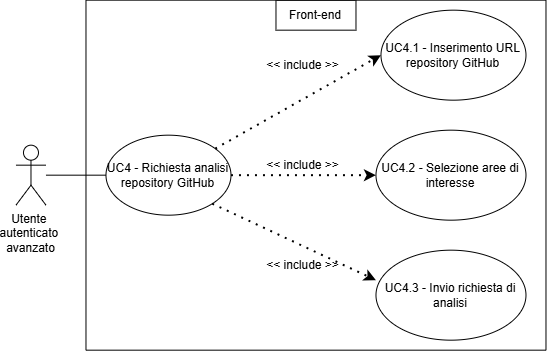
The draw.io diagram assets/diagrams/UC4.png in SkarabGroup/DocumentazioneProgetto, before a commit. Source tidied: cells renumbered, new cells last; positions are measured from the earlier drawing's top-left corner, leaving out a move shared by most shapes.
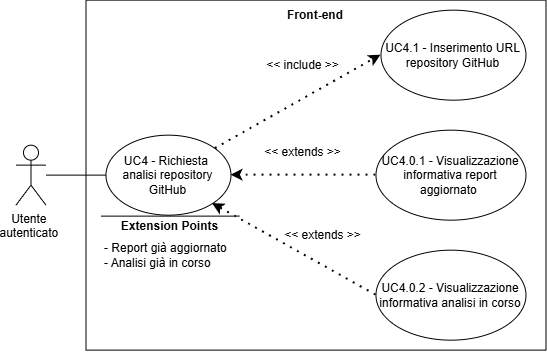
After the change.

The edit, as a diff of the source:
```diff
@@ -2,13 +2,13 @@
   <root>
     <mxCell id="0" />
     <mxCell id="1" parent="0" />
-    <mxCell id="2" value="&lt;div&gt;Utente&amp;nbsp;&lt;/div&gt;&lt;div&gt;autenticato&amp;nbsp;&lt;/div&gt;&lt;div&gt;avanzato&lt;/div&gt;" style="shape=umlActor;verticalLabelPosition=bottom;verticalAlign=top;html=1;outlineConnect=0;" parent="1" vertex="1">
+    <mxCell id="2" value="&lt;div&gt;Utente&amp;nbsp;&lt;/div&gt;&lt;div&gt;autenticato&amp;nbsp;&lt;/div&gt;" style="shape=umlActor;verticalLabelPosition=bottom;verticalAlign=top;html=1;outlineConnect=0;" parent="1" vertex="1">
       <mxGeometry x="0.5" y="144.7" width="30" height="60" as="geometry" />
     </mxCell>
     <mxCell id="3" style="swimlane;startSize=0;" parent="1" vertex="1">
       <mxGeometry x="70.5" y="-0.3" width="460" height="350" as="geometry" />
     </mxCell>
-    <mxCell id="4" value="UC4 - Richiesta analisi repository GitHub" style="ellipse;whiteSpace=wrap;html=1;" parent="3" vertex="1">
+    <mxCell id="4" value="UC4 - Richiesta&amp;nbsp; analisi repository GitHub" style="ellipse;whiteSpace=wrap;html=1;" parent="3" vertex="1">
       <mxGeometry x="20" y="135" width="125" height="80" as="geometry" />
     </mxCell>
     <mxCell id="5" value="UC4.1 - Inserimento URL repository GitHub" style="ellipse;whiteSpace=wrap;html=1;" parent="3" vertex="1">
@@ -17,30 +17,42 @@
     <mxCell id="6" style="endArrow=classic;dashed=1;html=1;dashPattern=1 3;strokeWidth=2;rounded=0;entryX=0;entryY=0.5;entryDx=0;entryDy=0;strokeColor=default;curved=0;endFill=1;endSize=6;" parent="3" edge="1" source="4" target="5">
       <mxGeometry relative="1" as="geometry" />
     </mxCell>
-    <mxCell id="7" value="&amp;lt;&amp;lt; include &amp;gt;&amp;gt;" style="text;html=1;whiteSpace=wrap;strokeColor=none;fillColor=none;align=center;verticalAlign=middle;rounded=0;" parent="3" vertex="1">
-      <mxGeometry x="170" y="150" width="95" height="30" as="geometry" />
+    <mxCell id="7" value="&amp;lt;&amp;lt; extends &amp;gt;&amp;gt;" style="text;html=1;whiteSpace=wrap;strokeColor=none;fillColor=none;align=center;verticalAlign=middle;rounded=0;" parent="3" vertex="1">
+      <mxGeometry x="170" y="137.3" width="95" height="30" as="geometry" />
     </mxCell>
-    <mxCell id="8" value="UC4.2 - Selezione aree di interesse" style="ellipse;whiteSpace=wrap;html=1;" parent="3" vertex="1">
+    <mxCell id="8" value="UC4.0.1 - Visualizzazione informativa report aggiornato&amp;nbsp;" style="ellipse;whiteSpace=wrap;html=1;" parent="3" vertex="1">
       <mxGeometry x="290" y="130" width="150" height="90" as="geometry" />
     </mxCell>
-    <mxCell id="9" style="endArrow=classic;dashed=1;html=1;dashPattern=1 3;strokeWidth=2;rounded=0;entryX=0;entryY=0.5;entryDx=0;entryDy=0;exitX=1;exitY=0.5;exitDx=0;exitDy=0;strokeColor=default;curved=0;endFill=1;endSize=6;" parent="3" edge="1" source="4" target="8">
+    <mxCell id="9" style="endArrow=classic;dashed=1;html=1;dashPattern=1 3;strokeWidth=2;rounded=0;exitX=0;exitY=0.5;exitDx=0;exitDy=0;strokeColor=default;curved=0;endFill=1;endSize=6;entryX=1;entryY=0.5;entryDx=0;entryDy=0;" parent="3" edge="1" source="8" target="4">
       <mxGeometry relative="1" as="geometry" />
     </mxCell>
-    <mxCell id="10" value="&amp;lt;&amp;lt; include &amp;gt;&amp;gt;" style="text;html=1;whiteSpace=wrap;strokeColor=none;fillColor=none;align=center;verticalAlign=middle;rounded=0;" parent="3" vertex="1">
-      <mxGeometry x="170" y="250" width="95" height="30" as="geometry" />
+    <mxCell id="10" value="&amp;lt;&amp;lt; extends &amp;gt;&amp;gt;" style="text;html=1;whiteSpace=wrap;strokeColor=none;fillColor=none;align=center;verticalAlign=middle;rounded=0;" parent="3" vertex="1">
+      <mxGeometry x="190" y="220" width="95" height="30" as="geometry" />
     </mxCell>
-    <mxCell id="11" value="UC4.3 - Invio richiesta di analisi" style="ellipse;whiteSpace=wrap;html=1;" parent="3" vertex="1">
+    <mxCell id="11" value="UC4.0.2 - Visualizzazione informativa analisi in corso" style="ellipse;whiteSpace=wrap;html=1;" parent="3" vertex="1">
       <mxGeometry x="290" y="250" width="150" height="90" as="geometry" />
     </mxCell>
-    <mxCell id="12" style="endArrow=classic;dashed=1;html=1;dashPattern=1 3;strokeWidth=2;rounded=0;entryX=0;entryY=0.333;entryDx=0;entryDy=0;exitX=1;exitY=1;exitDx=0;exitDy=0;strokeColor=default;curved=0;endFill=1;endSize=6;entryPerimeter=0;" parent="3" edge="1" source="4" target="11">
+    <mxCell id="12" style="endArrow=classic;dashed=1;html=1;dashPattern=1 3;strokeWidth=2;rounded=0;entryX=1;entryY=1;entryDx=0;entryDy=0;strokeColor=default;curved=0;endFill=1;endSize=6;exitX=0;exitY=0.5;exitDx=0;exitDy=0;" parent="3" edge="1" source="11" target="4">
       <mxGeometry relative="1" as="geometry" />
     </mxCell>
     <mxCell id="13" value="&amp;lt;&amp;lt; include &amp;gt;&amp;gt;" style="text;html=1;whiteSpace=wrap;strokeColor=none;fillColor=none;align=center;verticalAlign=middle;rounded=0;" parent="3" vertex="1">
       <mxGeometry x="170" y="50" width="95" height="30" as="geometry" />
     </mxCell>
-    <mxCell id="14" value="Front-end" style="text;html=1;whiteSpace=wrap;strokeColor=default;fillColor=none;align=center;verticalAlign=middle;rounded=0;perimeterSpacing=1;" parent="3" vertex="1">
+    <mxCell id="14" value="Front-end" style="text;html=1;whiteSpace=wrap;strokeColor=none;fillColor=none;align=center;verticalAlign=middle;rounded=0;perimeterSpacing=1;fontStyle=1;" parent="3" vertex="1">
       <mxGeometry x="190" width="80" height="30" as="geometry" />
     </mxCell>
+    <mxCell id="16" style="endArrow=none;html=1;rounded=0;" parent="3" edge="1">
+      <mxGeometry relative="1" as="geometry">
+        <mxPoint x="153.8" y="216" as="sourcePoint" />
+        <mxPoint x="15" y="216" as="targetPoint" />
+      </mxGeometry>
+    </mxCell>
+    <mxCell id="17" value="&lt;b&gt;Extension Points&lt;/b&gt;" style="text;html=1;whiteSpace=wrap;strokeColor=none;fillColor=none;align=center;verticalAlign=middle;rounded=0;strokeWidth=5;" parent="3" vertex="1">
+      <mxGeometry x="26.9" y="211" width="115" height="30" as="geometry" />
+    </mxCell>
+    <mxCell id="18" value="&lt;div&gt;- Report già aggiornato&lt;/div&gt;&lt;div&gt;- Analisi già in corso&lt;/div&gt;" style="text;html=1;whiteSpace=wrap;strokeColor=none;fillColor=none;align=left;verticalAlign=middle;rounded=0;" parent="3" vertex="1">
+      <mxGeometry x="17" y="215" width="140" height="80" as="geometry" />
+    </mxCell>
     <mxCell id="15" style="endArrow=none;html=1;rounded=0;entryX=0;entryY=0.5;entryDx=0;entryDy=0;" parent="1" edge="1" source="2" target="4">
       <mxGeometry relative="1" as="geometry" />
     </mxCell>
```
